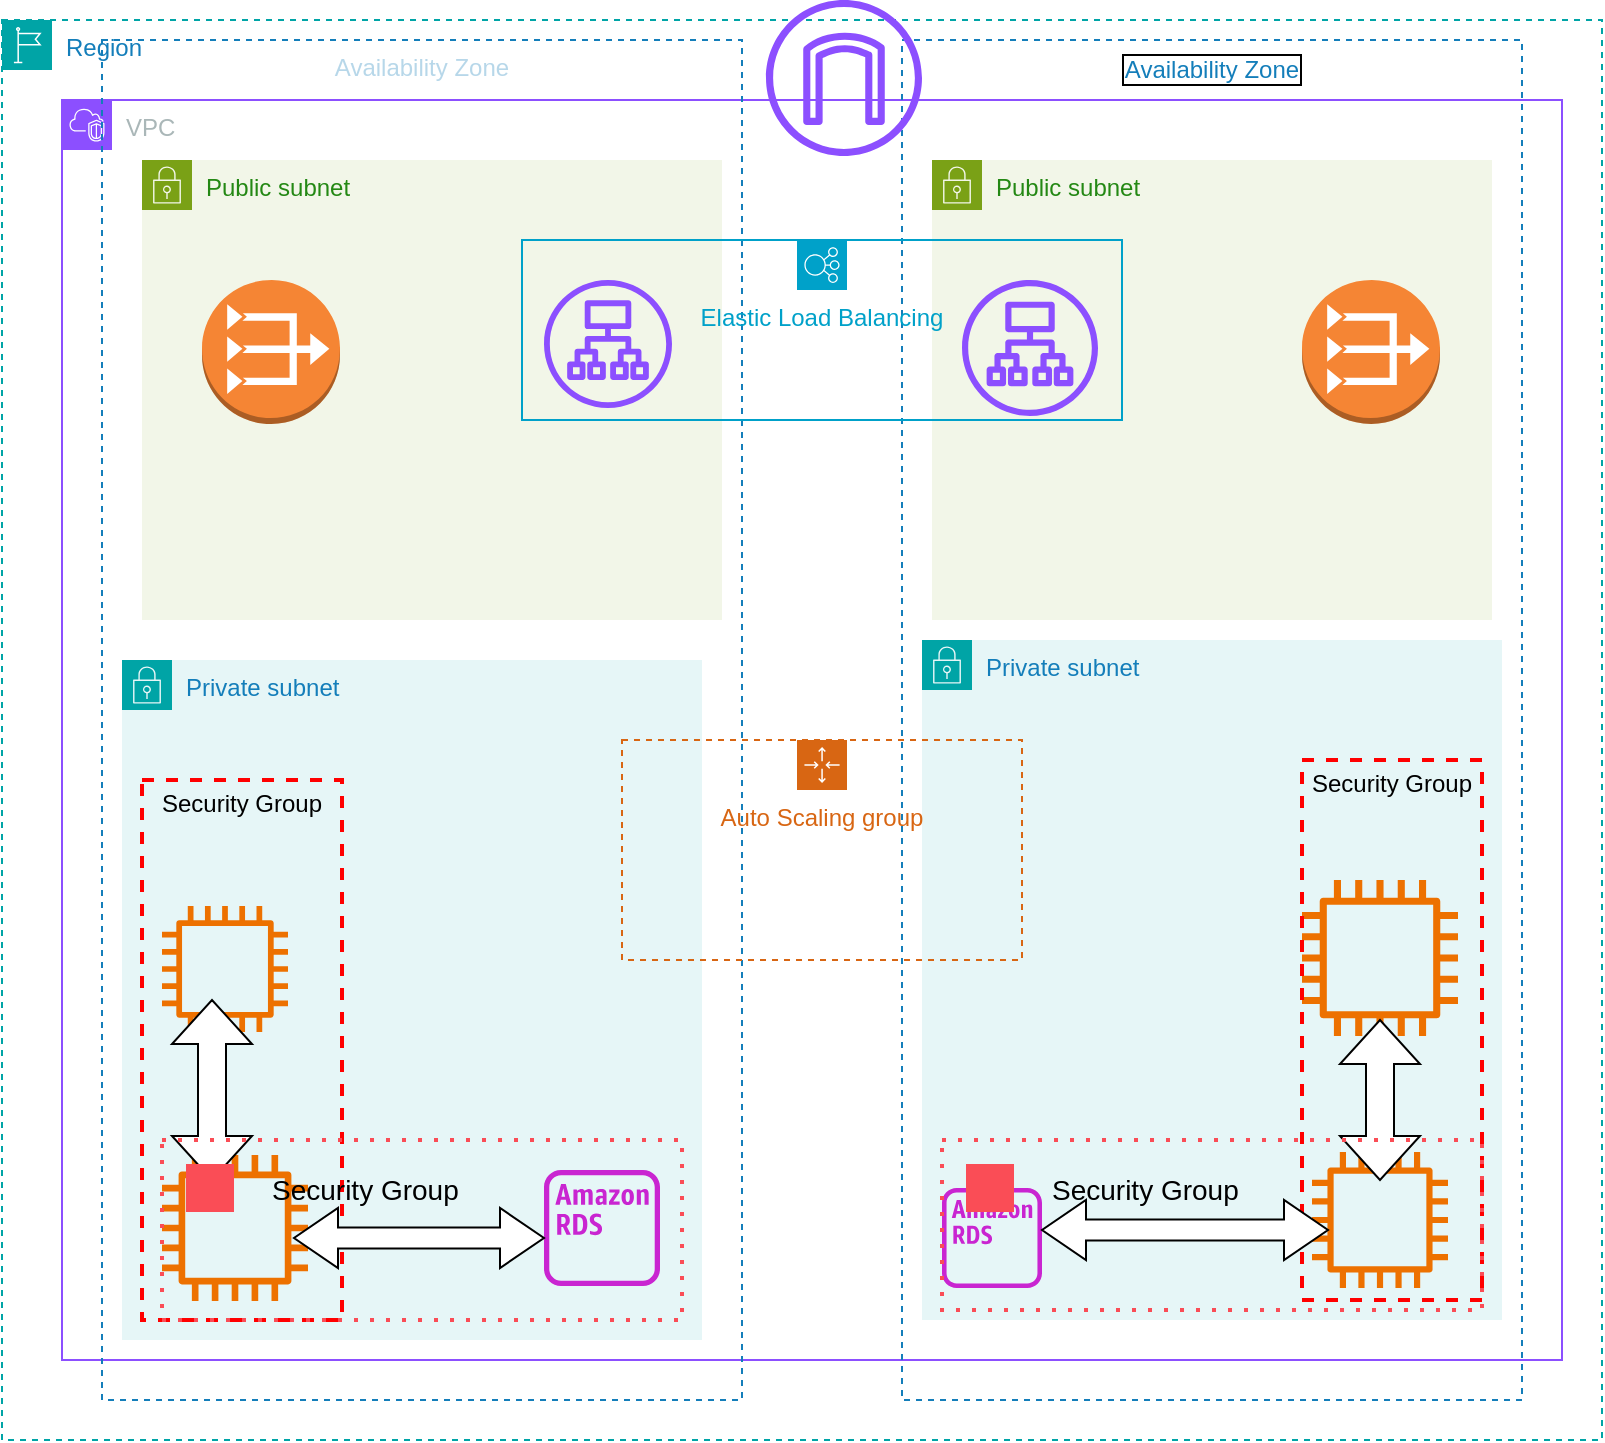
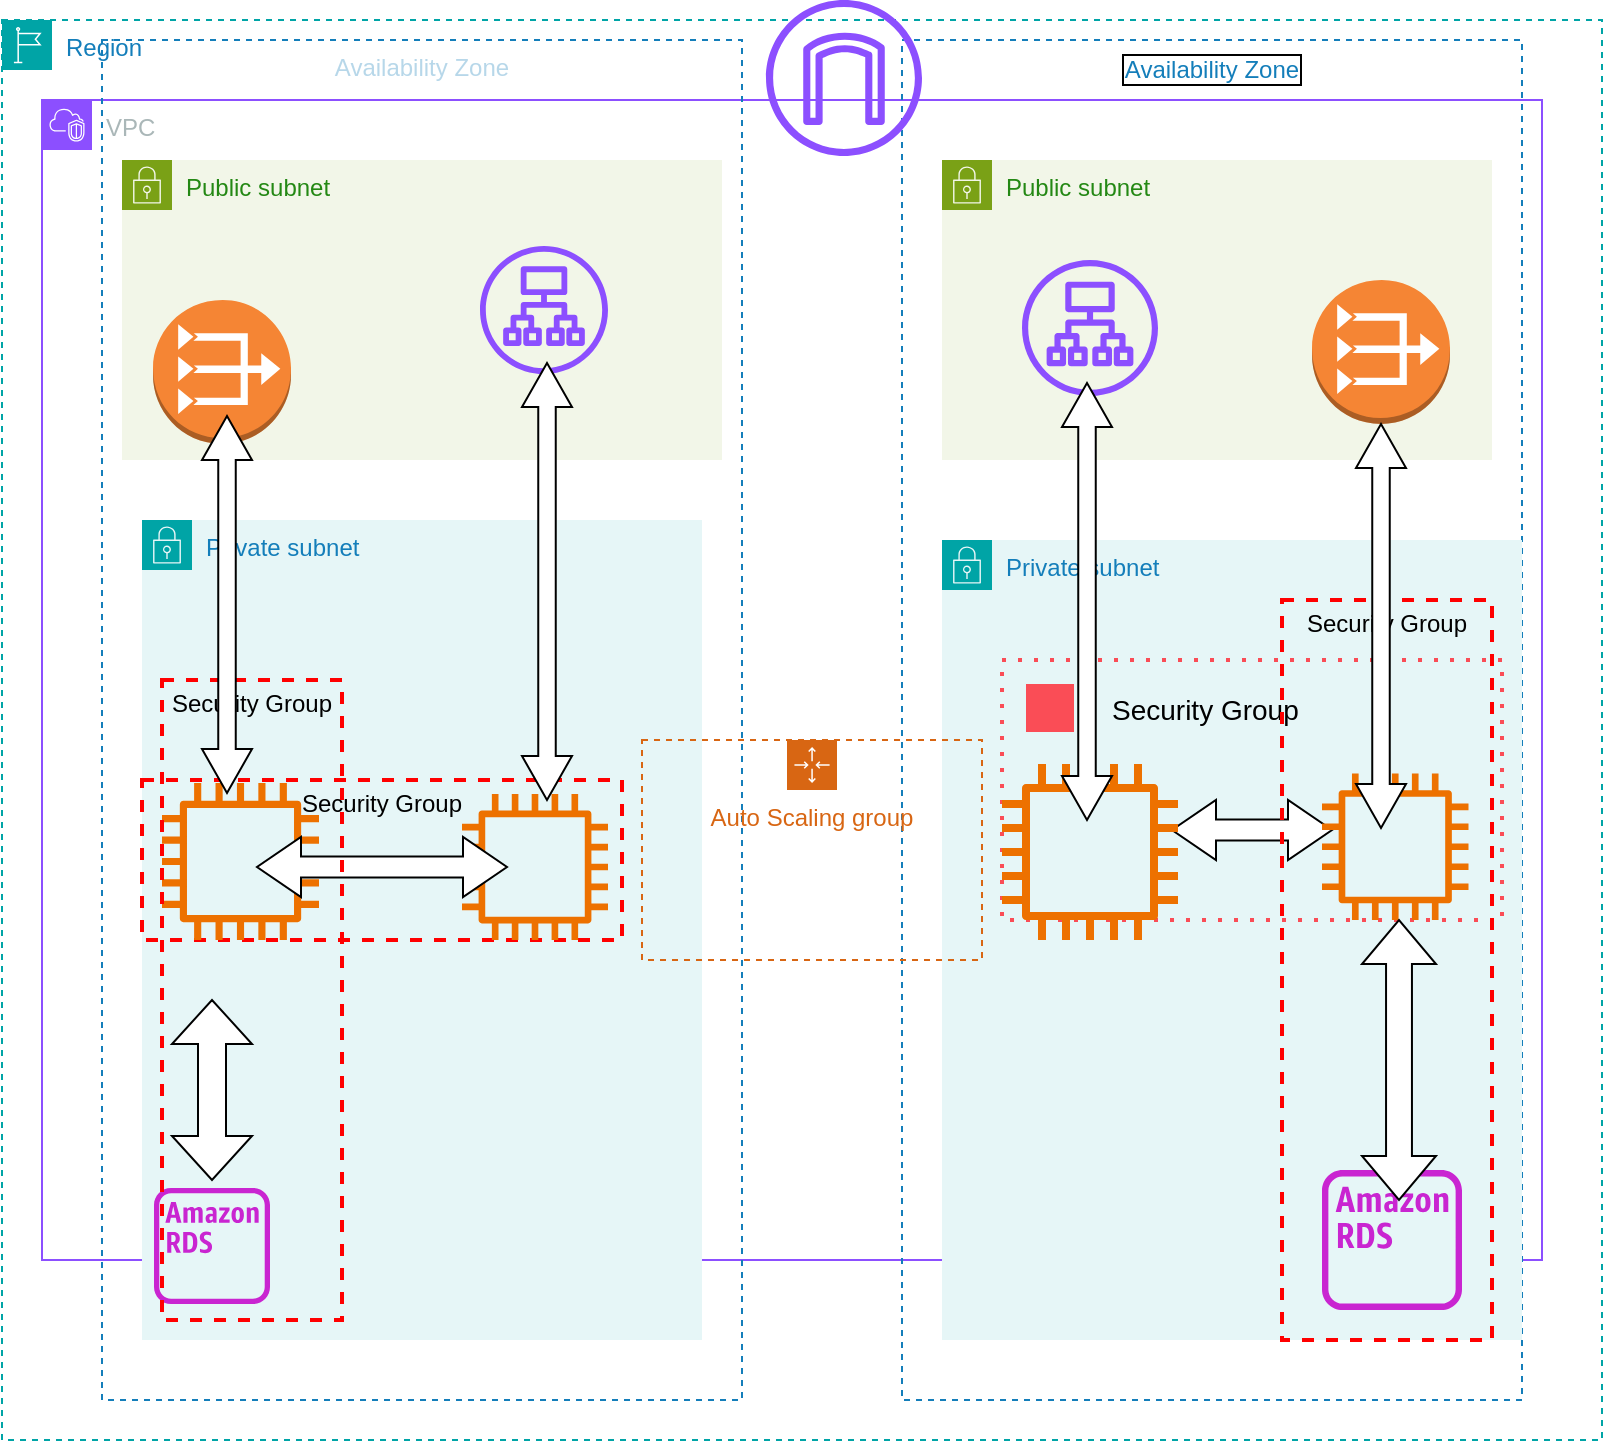
<mxfile host="app.diagrams.net">
  <diagram name="Page-1" id="BUnj-SovnAgL4HItwGfW">
    <mxGraphModel dx="1387" dy="764" grid="1" gridSize="10" guides="1" tooltips="1" connect="1" arrows="1" fold="1" page="1" pageScale="1" pageWidth="827" pageHeight="1169" background="light-dark(#FFFFFF,#FFFFFF)" math="0" shadow="0">
      <root>
        <mxCell id="0" />
        <mxCell id="1" parent="0" />
        <mxCell id="-f1VzxNT4uySZR46Qj1q-65" parent="1" style="points=[[0,0],[0.25,0],[0.5,0],[0.75,0],[1,0],[1,0.25],[1,0.5],[1,0.75],[1,1],[0.75,1],[0.5,1],[0.25,1],[0,1],[0,0.75],[0,0.5],[0,0.25]];outlineConnect=0;gradientColor=none;html=1;whiteSpace=wrap;fontSize=12;fontStyle=0;container=1;pointerEvents=0;collapsible=0;recursiveResize=0;shape=mxgraph.aws4.group;grIcon=mxgraph.aws4.group_region;strokeColor=#00A4A6;fillColor=none;verticalAlign=top;align=left;spacingLeft=30;fontColor=#147EBA;dashed=1;" value="Region" vertex="1">
          <mxGeometry height="710" width="800" x="10" y="10" as="geometry" />
        </mxCell>
-         <mxCell id="-f1VzxNT4uySZR46Qj1q-66" parent="1" style="points=[[0,0],[0.25,0],[0.5,0],[0.75,0],[1,0],[1,0.25],[1,0.5],[1,0.75],[1,1],[0.75,1],[0.5,1],[0.25,1],[0,1],[0,0.75],[0,0.5],[0,0.25]];outlineConnect=0;gradientColor=none;html=1;whiteSpace=wrap;fontSize=12;fontStyle=0;container=1;pointerEvents=0;collapsible=0;recursiveResize=0;shape=mxgraph.aws4.group;grIcon=mxgraph.aws4.group_vpc2;strokeColor=#8C4FFF;fillColor=none;verticalAlign=top;align=left;spacingLeft=30;fontColor=#AAB7B8;dashed=0;" value="VPC" vertex="1">
-           <mxGeometry height="630" width="750" x="40" y="50" as="geometry" />
+         <mxCell id="-f1VzxNT4uySZR46Qj1q-66" parent="-f1VzxNT4uySZR46Qj1q-65" style="points=[[0,0],[0.25,0],[0.5,0],[0.75,0],[1,0],[1,0.25],[1,0.5],[1,0.75],[1,1],[0.75,1],[0.5,1],[0.25,1],[0,1],[0,0.75],[0,0.5],[0,0.25]];outlineConnect=0;gradientColor=none;html=1;whiteSpace=wrap;fontSize=12;fontStyle=0;container=1;pointerEvents=0;collapsible=0;recursiveResize=0;shape=mxgraph.aws4.group;grIcon=mxgraph.aws4.group_vpc2;strokeColor=#8C4FFF;fillColor=none;verticalAlign=top;align=left;spacingLeft=30;fontColor=#AAB7B8;dashed=0;" value="VPC" vertex="1">
+           <mxGeometry height="580" width="750" x="20" y="40" as="geometry" />
        </mxCell>
        <mxCell id="-f1VzxNT4uySZR46Qj1q-67" parent="1" style="fillColor=none;strokeColor=#147EBA;dashed=1;verticalAlign=top;fontStyle=0;fontColor=light-dark(#147EBA,#99004D);whiteSpace=wrap;html=1;textOpacity=30;" value="Availability Zone" vertex="1">
          <mxGeometry height="680" width="320" x="60" y="20" as="geometry" />
        </mxCell>
        <mxCell id="-f1VzxNT4uySZR46Qj1q-68" parent="1" style="fillColor=none;strokeColor=#147EBA;dashed=1;verticalAlign=top;fontStyle=0;fontColor=light-dark(#147EBA,#CC0000);whiteSpace=wrap;html=1;labelBorderColor=light-dark(#000000,#FF0080);labelBackgroundColor=none;" value="Availability Zone" vertex="1">
          <mxGeometry height="680" width="310" x="460" y="20" as="geometry" />
        </mxCell>
        <mxCell id="-f1VzxNT4uySZR46Qj1q-70" parent="1" style="points=[[0,0],[0.25,0],[0.5,0],[0.75,0],[1,0],[1,0.25],[1,0.5],[1,0.75],[1,1],[0.75,1],[0.5,1],[0.25,1],[0,1],[0,0.75],[0,0.5],[0,0.25]];outlineConnect=0;gradientColor=none;html=1;whiteSpace=wrap;fontSize=12;fontStyle=0;container=1;pointerEvents=0;collapsible=0;recursiveResize=0;shape=mxgraph.aws4.group;grIcon=mxgraph.aws4.group_security_group;grStroke=0;strokeColor=#00A4A6;fillColor=#E6F6F7;verticalAlign=top;align=left;spacingLeft=30;fontColor=#147EBA;dashed=0;" value="Private subnet" vertex="1">
-           <mxGeometry height="340" width="290" x="470" y="320" as="geometry" />
-         </mxCell>
-         <mxCell id="-f1VzxNT4uySZR46Qj1q-87" parent="-f1VzxNT4uySZR46Qj1q-70" style="sketch=0;outlineConnect=0;fontColor=#232F3E;gradientColor=none;fillColor=#ED7100;strokeColor=none;dashed=0;verticalLabelPosition=bottom;verticalAlign=top;align=center;html=1;fontSize=12;fontStyle=0;aspect=fixed;pointerEvents=1;shape=mxgraph.aws4.instance2;" value="" vertex="1">
-           <mxGeometry height="78" width="78" x="190" y="120" as="geometry" />
-         </mxCell>
-         <mxCell id="-f1VzxNT4uySZR46Qj1q-88" parent="-f1VzxNT4uySZR46Qj1q-70" style="sketch=0;outlineConnect=0;fontColor=#232F3E;gradientColor=none;fillColor=#ED7100;strokeColor=none;dashed=0;verticalLabelPosition=bottom;verticalAlign=top;align=center;html=1;fontSize=12;fontStyle=0;aspect=fixed;pointerEvents=1;shape=mxgraph.aws4.instance2;" value="" vertex="1">
-           <mxGeometry height="68" width="68" x="195" y="256" as="geometry" />
+           <mxGeometry height="400" width="290" x="480" y="270" as="geometry" />
        </mxCell>
        <mxCell id="-f1VzxNT4uySZR46Qj1q-90" parent="-f1VzxNT4uySZR46Qj1q-70" style="sketch=0;outlineConnect=0;fontColor=#232F3E;gradientColor=none;fillColor=#C925D1;strokeColor=none;dashed=0;verticalLabelPosition=bottom;verticalAlign=top;align=center;html=1;fontSize=12;fontStyle=0;aspect=fixed;pointerEvents=1;shape=mxgraph.aws4.rds_instance_alt;" value="" vertex="1">
-           <mxGeometry height="50" width="50" x="10" y="274" as="geometry" />
+           <mxGeometry height="70" width="70" x="190" y="315" as="geometry" />
        </mxCell>
-         <mxCell id="-f1VzxNT4uySZR46Qj1q-100" parent="-f1VzxNT4uySZR46Qj1q-70" style="fontStyle=0;verticalAlign=top;align=center;spacingTop=-2;fillColor=none;rounded=0;whiteSpace=wrap;html=1;strokeColor=#FF0000;strokeWidth=2;dashed=1;container=1;collapsible=0;expand=0;recursiveResize=0;" value="Security Group" vertex="1">
-           <mxGeometry height="270" width="90" x="190" y="60" as="geometry" />
-         </mxCell>
-         <mxCell id="-f1VzxNT4uySZR46Qj1q-130" parent="-f1VzxNT4uySZR46Qj1q-100" style="html=1;shadow=0;dashed=0;align=center;verticalAlign=middle;shape=mxgraph.arrows2.twoWayArrow;dy=0.65;dx=22;direction=south;" value="" vertex="1">
-           <mxGeometry height="80" width="40" x="19" y="130" as="geometry" />
-         </mxCell>
-         <mxCell id="-f1VzxNT4uySZR46Qj1q-71" parent="1" style="points=[[0,0],[0.25,0],[0.5,0],[0.75,0],[1,0],[1,0.25],[1,0.5],[1,0.75],[1,1],[0.75,1],[0.5,1],[0.25,1],[0,1],[0,0.75],[0,0.5],[0,0.25]];outlineConnect=0;gradientColor=none;html=1;whiteSpace=wrap;fontSize=12;fontStyle=0;container=1;pointerEvents=0;collapsible=0;recursiveResize=0;shape=mxgraph.aws4.group;grIcon=mxgraph.aws4.group_security_group;grStroke=0;strokeColor=#7AA116;fillColor=#F2F6E8;verticalAlign=top;align=left;spacingLeft=30;fontColor=#248814;dashed=0;" value="Public subnet" vertex="1">
-           <mxGeometry height="230" width="290" x="80" y="80" as="geometry" />
-         </mxCell>
-         <mxCell id="-f1VzxNT4uySZR46Qj1q-74" parent="-f1VzxNT4uySZR46Qj1q-71" style="outlineConnect=0;dashed=0;verticalLabelPosition=bottom;verticalAlign=top;align=center;html=1;shape=mxgraph.aws3.vpc_nat_gateway;fillColor=#F58534;gradientColor=none;" value="" vertex="1">
-           <mxGeometry height="72" width="69" x="30" y="60" as="geometry" />
-         </mxCell>
-         <mxCell id="-f1VzxNT4uySZR46Qj1q-72" parent="1" style="points=[[0,0],[0.25,0],[0.5,0],[0.75,0],[1,0],[1,0.25],[1,0.5],[1,0.75],[1,1],[0.75,1],[0.5,1],[0.25,1],[0,1],[0,0.75],[0,0.5],[0,0.25]];outlineConnect=0;gradientColor=none;html=1;whiteSpace=wrap;fontSize=12;fontStyle=0;container=1;pointerEvents=0;collapsible=0;recursiveResize=0;shape=mxgraph.aws4.group;grIcon=mxgraph.aws4.group_security_group;grStroke=0;strokeColor=#7AA116;fillColor=#F2F6E8;verticalAlign=top;align=left;spacingLeft=30;fontColor=#248814;dashed=0;" value="Public subnet" vertex="1">
-           <mxGeometry height="230" width="280" x="475" y="80" as="geometry" />
-         </mxCell>
-         <mxCell id="-f1VzxNT4uySZR46Qj1q-75" parent="-f1VzxNT4uySZR46Qj1q-72" style="outlineConnect=0;dashed=0;verticalLabelPosition=bottom;verticalAlign=top;align=center;html=1;shape=mxgraph.aws3.vpc_nat_gateway;fillColor=#F58534;gradientColor=none;" value="" vertex="1">
-           <mxGeometry height="72" width="69" x="185" y="60" as="geometry" />
-         </mxCell>
-         <mxCell id="-f1VzxNT4uySZR46Qj1q-82" parent="1" style="points=[[0,0],[0.25,0],[0.5,0],[0.75,0],[1,0],[1,0.25],[1,0.5],[1,0.75],[1,1],[0.75,1],[0.5,1],[0.25,1],[0,1],[0,0.75],[0,0.5],[0,0.25]];outlineConnect=0;gradientColor=none;html=1;whiteSpace=wrap;fontSize=12;fontStyle=0;container=1;pointerEvents=0;collapsible=0;recursiveResize=0;shape=mxgraph.aws4.group;grIcon=mxgraph.aws4.group_security_group;grStroke=0;strokeColor=#00A4A6;fillColor=#E6F6F7;verticalAlign=top;align=left;spacingLeft=30;fontColor=#147EBA;dashed=0;" value="Private subnet" vertex="1">
-           <mxGeometry height="340" width="290" x="70" y="330" as="geometry" />
-         </mxCell>
-         <mxCell id="-f1VzxNT4uySZR46Qj1q-85" parent="-f1VzxNT4uySZR46Qj1q-82" style="sketch=0;outlineConnect=0;fontColor=#232F3E;gradientColor=none;fillColor=#ED7100;strokeColor=none;dashed=0;verticalLabelPosition=bottom;verticalAlign=top;align=center;html=1;fontSize=12;fontStyle=0;aspect=fixed;pointerEvents=1;shape=mxgraph.aws4.instance2;" value="" vertex="1">
-           <mxGeometry height="63" width="63" x="20" y="123" as="geometry" />
-         </mxCell>
-         <mxCell id="-f1VzxNT4uySZR46Qj1q-86" parent="-f1VzxNT4uySZR46Qj1q-82" style="sketch=0;outlineConnect=0;fontColor=#232F3E;gradientColor=none;fillColor=#ED7100;strokeColor=none;dashed=0;verticalLabelPosition=bottom;verticalAlign=top;align=center;html=1;fontSize=12;fontStyle=0;aspect=fixed;pointerEvents=1;shape=mxgraph.aws4.instance2;" value="" vertex="1">
-           <mxGeometry height="73" width="73" x="20" y="247.5" as="geometry" />
-         </mxCell>
-         <mxCell id="-f1VzxNT4uySZR46Qj1q-89" parent="-f1VzxNT4uySZR46Qj1q-82" style="sketch=0;outlineConnect=0;fontColor=#232F3E;gradientColor=none;fillColor=#C925D1;strokeColor=none;dashed=0;verticalLabelPosition=bottom;verticalAlign=top;align=center;html=1;fontSize=12;fontStyle=0;aspect=fixed;pointerEvents=1;shape=mxgraph.aws4.rds_instance_alt;" value="" vertex="1">
-           <mxGeometry height="58" width="58" x="211" y="255" as="geometry" />
-         </mxCell>
-         <mxCell id="-f1VzxNT4uySZR46Qj1q-101" parent="1" style="fontStyle=0;verticalAlign=top;align=center;spacingTop=-2;fillColor=none;rounded=0;whiteSpace=wrap;html=1;strokeColor=#FF0000;strokeWidth=2;dashed=1;container=1;collapsible=0;expand=0;recursiveResize=0;" value="Security Group" vertex="1">
-           <mxGeometry height="270" width="100" x="80" y="390" as="geometry" />
-         </mxCell>
-         <mxCell id="-f1VzxNT4uySZR46Qj1q-132" parent="-f1VzxNT4uySZR46Qj1q-101" style="html=1;shadow=0;dashed=0;align=center;verticalAlign=middle;shape=mxgraph.arrows2.twoWayArrow;dy=0.65;dx=22;direction=south;" value="" vertex="1">
-           <mxGeometry height="90" width="40" x="15" y="110" as="geometry" />
-         </mxCell>
-         <mxCell id="-f1VzxNT4uySZR46Qj1q-102" parent="1" style="container=1;collapsible=0;expand=0;recursiveResize=0;html=1;whiteSpace=wrap;strokeColor=#FA4D56;fillColor=none;dashed=1;dashPattern=1 3;strokeWidth=2" value="" vertex="1">
-           <mxGeometry height="90" width="260" x="90" y="570" as="geometry" />
-         </mxCell>
-         <mxCell id="-f1VzxNT4uySZR46Qj1q-103" parent="-f1VzxNT4uySZR46Qj1q-102" style="shape=rect;fillColor=none;aspect=fixed;resizable=0;labelPosition=right;verticalLabelPosition=middle;align=left;verticalAlign=middle;strokeColor=none;part=1;spacingLeft=5;fontSize=14;" value="Security Group" vertex="1">
-           <mxGeometry height="48" relative="1" width="48" as="geometry" />
-         </mxCell>
-         <mxCell id="-f1VzxNT4uySZR46Qj1q-104" parent="-f1VzxNT4uySZR46Qj1q-103" style="fillColor=#FA4D56;shape=mxgraph.ibm_cloud.group--security;strokeColor=none;dashed=0;outlineConnect=0;html=1;labelPosition=center;verticalLabelPosition=bottom;verticalAlign=top;part=1;movable=0;resizable=0;rotatable=0;" value="" vertex="1">
-           <mxGeometry height="24" relative="1" width="24" as="geometry">
-             <mxPoint x="12" y="12" as="offset" />
-           </mxGeometry>
-         </mxCell>
-         <mxCell id="-f1VzxNT4uySZR46Qj1q-122" parent="-f1VzxNT4uySZR46Qj1q-102" style="html=1;shadow=0;dashed=0;align=center;verticalAlign=middle;shape=mxgraph.arrows2.twoWayArrow;dy=0.65;dx=22;autosizeText=0;spacing=1;textOpacity=50;" value="" vertex="1">
-           <mxGeometry height="30" width="125" x="66" y="34" as="geometry" />
-         </mxCell>
-         <mxCell id="-f1VzxNT4uySZR46Qj1q-105" parent="1" style="container=1;collapsible=0;expand=0;recursiveResize=0;html=1;whiteSpace=wrap;strokeColor=#FA4D56;fillColor=none;dashed=1;dashPattern=1 3;strokeWidth=2" value="" vertex="1">
-           <mxGeometry height="85" width="270" x="480" y="570" as="geometry" />
+         <mxCell id="-f1VzxNT4uySZR46Qj1q-105" parent="-f1VzxNT4uySZR46Qj1q-70" style="container=1;collapsible=0;expand=0;recursiveResize=0;html=1;whiteSpace=wrap;strokeColor=#FA4D56;fillColor=none;dashed=1;dashPattern=1 3;strokeWidth=2" value="" vertex="1">
+           <mxGeometry height="130" width="250" x="30" y="60" as="geometry" />
        </mxCell>
        <mxCell id="-f1VzxNT4uySZR46Qj1q-106" parent="-f1VzxNT4uySZR46Qj1q-105" style="shape=rect;fillColor=none;aspect=fixed;resizable=0;labelPosition=right;verticalLabelPosition=middle;align=left;verticalAlign=middle;strokeColor=none;part=1;spacingLeft=5;fontSize=14;" value="Security Group" vertex="1">
          <mxGeometry height="48" relative="1" width="48" as="geometry" />
        </mxCell>
        <mxCell id="-f1VzxNT4uySZR46Qj1q-107" parent="-f1VzxNT4uySZR46Qj1q-106" style="fillColor=#FA4D56;shape=mxgraph.ibm_cloud.group--security;strokeColor=none;dashed=0;outlineConnect=0;html=1;labelPosition=center;verticalLabelPosition=bottom;verticalAlign=top;part=1;movable=0;resizable=0;rotatable=0;" value="" vertex="1">
          <mxGeometry height="24" relative="1" width="24" as="geometry">
            <mxPoint x="12" y="12" as="offset" />
          </mxGeometry>
        </mxCell>
        <mxCell id="-f1VzxNT4uySZR46Qj1q-123" parent="-f1VzxNT4uySZR46Qj1q-105" style="html=1;shadow=0;dashed=0;align=center;verticalAlign=middle;shape=mxgraph.arrows2.twoWayArrow;dy=0.65;dx=22;autosizeText=0;spacing=1;textOpacity=50;" value="" vertex="1">
-           <mxGeometry height="30" width="143" x="50" y="30" as="geometry" />
+           <mxGeometry height="30" width="80" x="85" y="70" as="geometry" />
+         </mxCell>
+         <mxCell id="-f1VzxNT4uySZR46Qj1q-87" parent="-f1VzxNT4uySZR46Qj1q-105" style="sketch=0;outlineConnect=0;fontColor=#232F3E;gradientColor=none;fillColor=#ED7100;strokeColor=none;dashed=0;verticalLabelPosition=bottom;verticalAlign=top;align=center;html=1;fontSize=12;fontStyle=0;aspect=fixed;pointerEvents=1;shape=mxgraph.aws4.instance2;" value="" vertex="1">
+           <mxGeometry height="88" width="88" y="52" as="geometry" />
+         </mxCell>
+         <mxCell id="-f1VzxNT4uySZR46Qj1q-142" parent="-f1VzxNT4uySZR46Qj1q-105" style="fontStyle=0;verticalAlign=top;align=center;spacingTop=-2;fillColor=none;rounded=0;whiteSpace=wrap;html=1;strokeColor=#FF0000;strokeWidth=2;dashed=1;container=1;collapsible=0;expand=0;recursiveResize=0;rotation=360;" value="Security Group" vertex="1">
+           <mxGeometry height="370" width="105" x="140" y="-30" as="geometry" />
+         </mxCell>
+         <mxCell id="-f1VzxNT4uySZR46Qj1q-88" parent="-f1VzxNT4uySZR46Qj1q-70" style="sketch=0;outlineConnect=0;fontColor=#232F3E;gradientColor=none;fillColor=#ED7100;strokeColor=none;dashed=0;verticalLabelPosition=bottom;verticalAlign=top;align=center;html=1;fontSize=12;fontStyle=0;aspect=fixed;pointerEvents=1;shape=mxgraph.aws4.instance2;" value="" vertex="1">
+           <mxGeometry height="73.25" width="73.25" x="190" y="116.75" as="geometry" />
+         </mxCell>
+         <mxCell id="-f1VzxNT4uySZR46Qj1q-71" parent="1" style="points=[[0,0],[0.25,0],[0.5,0],[0.75,0],[1,0],[1,0.25],[1,0.5],[1,0.75],[1,1],[0.75,1],[0.5,1],[0.25,1],[0,1],[0,0.75],[0,0.5],[0,0.25]];outlineConnect=0;gradientColor=none;html=1;whiteSpace=wrap;fontSize=12;fontStyle=0;container=1;pointerEvents=0;collapsible=0;recursiveResize=0;shape=mxgraph.aws4.group;grIcon=mxgraph.aws4.group_security_group;grStroke=0;strokeColor=#7AA116;fillColor=#F2F6E8;verticalAlign=top;align=left;spacingLeft=30;fontColor=#248814;dashed=0;" value="Public subnet" vertex="1">
+           <mxGeometry height="150" width="300" x="70" y="80" as="geometry" />
+         </mxCell>
+         <mxCell id="-f1VzxNT4uySZR46Qj1q-74" parent="-f1VzxNT4uySZR46Qj1q-71" style="outlineConnect=0;dashed=0;verticalLabelPosition=bottom;verticalAlign=top;align=center;html=1;shape=mxgraph.aws3.vpc_nat_gateway;fillColor=#F58534;gradientColor=none;" value="" vertex="1">
+           <mxGeometry height="72" width="69" x="15.5" y="70" as="geometry" />
+         </mxCell>
+         <mxCell id="-f1VzxNT4uySZR46Qj1q-91" parent="-f1VzxNT4uySZR46Qj1q-71" style="sketch=0;outlineConnect=0;fontColor=#232F3E;gradientColor=none;fillColor=#8C4FFF;strokeColor=none;dashed=0;verticalLabelPosition=bottom;verticalAlign=top;align=center;html=1;fontSize=12;fontStyle=0;aspect=fixed;pointerEvents=1;shape=mxgraph.aws4.application_load_balancer;" value="" vertex="1">
+           <mxGeometry height="64" width="64" x="179" y="43" as="geometry" />
+         </mxCell>
+         <mxCell id="-f1VzxNT4uySZR46Qj1q-72" parent="1" style="points=[[0,0],[0.25,0],[0.5,0],[0.75,0],[1,0],[1,0.25],[1,0.5],[1,0.75],[1,1],[0.75,1],[0.5,1],[0.25,1],[0,1],[0,0.75],[0,0.5],[0,0.25]];outlineConnect=0;gradientColor=none;html=1;whiteSpace=wrap;fontSize=12;fontStyle=0;container=1;pointerEvents=0;collapsible=0;recursiveResize=0;shape=mxgraph.aws4.group;grIcon=mxgraph.aws4.group_security_group;grStroke=0;strokeColor=#7AA116;fillColor=#F2F6E8;verticalAlign=top;align=left;spacingLeft=30;fontColor=#248814;dashed=0;" value="Public subnet" vertex="1">
+           <mxGeometry height="150" width="275" x="480" y="80" as="geometry" />
+         </mxCell>
+         <mxCell id="-f1VzxNT4uySZR46Qj1q-75" parent="-f1VzxNT4uySZR46Qj1q-72" style="outlineConnect=0;dashed=0;verticalLabelPosition=bottom;verticalAlign=top;align=center;html=1;shape=mxgraph.aws3.vpc_nat_gateway;fillColor=#F58534;gradientColor=none;" value="" vertex="1">
+           <mxGeometry height="72" width="69" x="185" y="60" as="geometry" />
+         </mxCell>
+         <mxCell id="-f1VzxNT4uySZR46Qj1q-82" parent="1" style="points=[[0,0],[0.25,0],[0.5,0],[0.75,0],[1,0],[1,0.25],[1,0.5],[1,0.75],[1,1],[0.75,1],[0.5,1],[0.25,1],[0,1],[0,0.75],[0,0.5],[0,0.25]];outlineConnect=0;gradientColor=none;html=1;whiteSpace=wrap;fontSize=12;fontStyle=0;container=1;pointerEvents=0;collapsible=0;recursiveResize=0;shape=mxgraph.aws4.group;grIcon=mxgraph.aws4.group_security_group;grStroke=0;strokeColor=#00A4A6;fillColor=#E6F6F7;verticalAlign=top;align=left;spacingLeft=30;fontColor=#147EBA;dashed=0;" value="Private subnet" vertex="1">
+           <mxGeometry height="410" width="280" x="80" y="260" as="geometry" />
+         </mxCell>
+         <mxCell id="-f1VzxNT4uySZR46Qj1q-89" parent="-f1VzxNT4uySZR46Qj1q-82" style="sketch=0;outlineConnect=0;fontColor=#232F3E;gradientColor=none;fillColor=#C925D1;strokeColor=none;dashed=0;verticalLabelPosition=bottom;verticalAlign=top;align=center;html=1;fontSize=12;fontStyle=0;aspect=fixed;pointerEvents=1;shape=mxgraph.aws4.rds_instance_alt;" value="" vertex="1">
+           <mxGeometry height="58" width="58" x="6" y="334" as="geometry" />
+         </mxCell>
+         <mxCell id="-f1VzxNT4uySZR46Qj1q-101" parent="1" style="fontStyle=0;verticalAlign=top;align=center;spacingTop=-2;fillColor=none;rounded=0;whiteSpace=wrap;html=1;strokeColor=#FF0000;strokeWidth=2;dashed=1;container=1;collapsible=0;expand=0;recursiveResize=0;" value="Security Group" vertex="1">
+           <mxGeometry height="80" width="240" x="80" y="390" as="geometry" />
+         </mxCell>
+         <mxCell id="-f1VzxNT4uySZR46Qj1q-132" parent="-f1VzxNT4uySZR46Qj1q-101" style="html=1;shadow=0;dashed=0;align=center;verticalAlign=middle;shape=mxgraph.arrows2.twoWayArrow;dy=0.65;dx=22;direction=south;" value="" vertex="1">
+           <mxGeometry height="90" width="40" x="15" y="110" as="geometry" />
+         </mxCell>
+         <mxCell id="-f1VzxNT4uySZR46Qj1q-85" parent="-f1VzxNT4uySZR46Qj1q-101" style="sketch=0;outlineConnect=0;fontColor=#232F3E;gradientColor=none;fillColor=#ED7100;strokeColor=none;dashed=0;verticalLabelPosition=bottom;verticalAlign=top;align=center;html=1;fontSize=12;fontStyle=0;aspect=fixed;pointerEvents=1;shape=mxgraph.aws4.instance2;" value="" vertex="1">
+           <mxGeometry height="73" width="73" x="160" y="7" as="geometry" />
+         </mxCell>
+         <mxCell id="-f1VzxNT4uySZR46Qj1q-86" parent="-f1VzxNT4uySZR46Qj1q-101" style="sketch=0;outlineConnect=0;fontColor=#232F3E;gradientColor=none;fillColor=#ED7100;strokeColor=none;dashed=0;verticalLabelPosition=bottom;verticalAlign=top;align=center;html=1;fontSize=12;fontStyle=0;aspect=fixed;pointerEvents=1;shape=mxgraph.aws4.instance2;" value="" vertex="1">
+           <mxGeometry height="78.5" width="78.5" x="10" y="1.5" as="geometry" />
+         </mxCell>
+         <mxCell id="-f1VzxNT4uySZR46Qj1q-122" parent="-f1VzxNT4uySZR46Qj1q-101" style="html=1;shadow=0;dashed=0;align=center;verticalAlign=middle;shape=mxgraph.arrows2.twoWayArrow;dy=0.65;dx=22;autosizeText=0;spacing=1;textOpacity=50;" value="" vertex="1">
+           <mxGeometry height="30" width="125" x="57.5" y="28.5" as="geometry" />
+         </mxCell>
+         <mxCell id="-f1VzxNT4uySZR46Qj1q-100" parent="-f1VzxNT4uySZR46Qj1q-101" style="fontStyle=0;verticalAlign=top;align=center;spacingTop=-2;fillColor=none;rounded=0;whiteSpace=wrap;html=1;strokeColor=#FF0000;strokeWidth=2;dashed=1;container=1;collapsible=0;expand=0;recursiveResize=0;rotation=360;" value="Security Group" vertex="1">
+           <mxGeometry height="320" width="90" x="10" y="-50" as="geometry" />
        </mxCell>
        <mxCell id="-f1VzxNT4uySZR46Qj1q-92" parent="1" style="sketch=0;outlineConnect=0;fontColor=#232F3E;gradientColor=none;fillColor=#8C4FFF;strokeColor=none;dashed=0;verticalLabelPosition=bottom;verticalAlign=top;align=center;html=1;fontSize=12;fontStyle=0;aspect=fixed;pointerEvents=1;shape=mxgraph.aws4.application_load_balancer;" value="" vertex="1">
-           <mxGeometry height="68" width="68" x="490" y="140" as="geometry" />
-         </mxCell>
-         <mxCell id="-f1VzxNT4uySZR46Qj1q-91" parent="1" style="sketch=0;outlineConnect=0;fontColor=#232F3E;gradientColor=none;fillColor=#8C4FFF;strokeColor=none;dashed=0;verticalLabelPosition=bottom;verticalAlign=top;align=center;html=1;fontSize=12;fontStyle=0;aspect=fixed;pointerEvents=1;shape=mxgraph.aws4.application_load_balancer;" value="" vertex="1">
-           <mxGeometry height="64" width="64" x="281" y="140" as="geometry" />
-         </mxCell>
-         <mxCell id="-f1VzxNT4uySZR46Qj1q-133" parent="1" style="sketch=0;outlineConnect=0;gradientColor=none;html=1;whiteSpace=wrap;fontSize=12;fontStyle=0;shape=mxgraph.aws4.groupCenter;grIcon=mxgraph.aws4.group_elastic_load_balancing;grStroke=1;strokeColor=#00A1C9;fillColor=none;verticalAlign=top;align=center;fontColor=#00A1C9;dashed=0;spacingTop=25;" value="Elastic Load Balancing" vertex="1">
-           <mxGeometry height="90" width="300" x="270" y="120" as="geometry" />
+           <mxGeometry height="68" width="68" x="520" y="130" as="geometry" />
        </mxCell>
        <mxCell id="-f1VzxNT4uySZR46Qj1q-134" parent="1" style="points=[[0,0],[0.25,0],[0.5,0],[0.75,0],[1,0],[1,0.25],[1,0.5],[1,0.75],[1,1],[0.75,1],[0.5,1],[0.25,1],[0,1],[0,0.75],[0,0.5],[0,0.25]];outlineConnect=0;gradientColor=none;html=1;whiteSpace=wrap;fontSize=12;fontStyle=0;container=1;pointerEvents=0;collapsible=0;recursiveResize=0;shape=mxgraph.aws4.groupCenter;grIcon=mxgraph.aws4.group_auto_scaling_group;grStroke=1;strokeColor=#D86613;fillColor=none;verticalAlign=top;align=center;fontColor=#D86613;dashed=1;spacingTop=25;" value="Auto Scaling group" vertex="1">
-           <mxGeometry height="110" width="200" x="320" y="370" as="geometry" />
+           <mxGeometry height="110" width="170" x="330" y="370" as="geometry" />
        </mxCell>
        <mxCell id="-f1VzxNT4uySZR46Qj1q-138" parent="1" style="sketch=0;outlineConnect=0;fontColor=#232F3E;gradientColor=none;fillColor=#8C4FFF;strokeColor=none;dashed=0;verticalLabelPosition=bottom;verticalAlign=top;align=center;html=1;fontSize=12;fontStyle=0;aspect=fixed;pointerEvents=1;shape=mxgraph.aws4.internet_gateway;" value="" vertex="1">
          <mxGeometry height="78" width="78" x="392" as="geometry" />
+         </mxCell>
+         <mxCell id="-f1VzxNT4uySZR46Qj1q-130" parent="1" style="html=1;shadow=0;dashed=0;align=center;verticalAlign=middle;shape=mxgraph.arrows2.twoWayArrow;dy=0.65;dx=22;direction=south;rotation=360;" value="" vertex="1">
+           <mxGeometry height="140" width="37" x="690" y="460" as="geometry" />
+         </mxCell>
+         <mxCell id="-f1VzxNT4uySZR46Qj1q-144" parent="1" style="html=1;shadow=0;dashed=0;align=center;verticalAlign=middle;shape=mxgraph.arrows2.twoWayArrow;dy=0.65;dx=22;direction=north;" value="" vertex="1">
+           <mxGeometry height="188.5" width="25" x="110" y="208" as="geometry" />
+         </mxCell>
+         <mxCell id="-f1VzxNT4uySZR46Qj1q-145" parent="1" style="html=1;shadow=0;dashed=0;align=center;verticalAlign=middle;shape=mxgraph.arrows2.twoWayArrow;dy=0.65;dx=22;direction=north;" value="" vertex="1">
+           <mxGeometry height="218.5" width="25" x="270" y="181.5" as="geometry" />
+         </mxCell>
+         <mxCell id="-f1VzxNT4uySZR46Qj1q-146" parent="1" style="html=1;shadow=0;dashed=0;align=center;verticalAlign=middle;shape=mxgraph.arrows2.twoWayArrow;dy=0.65;dx=22;direction=north;" value="" vertex="1">
+           <mxGeometry height="218.5" width="25" x="540" y="191.5" as="geometry" />
+         </mxCell>
+         <mxCell id="-f1VzxNT4uySZR46Qj1q-143" parent="1" style="html=1;shadow=0;dashed=0;align=center;verticalAlign=middle;shape=mxgraph.arrows2.twoWayArrow;dy=0.65;dx=22;direction=south;" value="" vertex="1">
+           <mxGeometry height="202" width="25" x="687" y="212" as="geometry" />
        </mxCell>
      </root>
    </mxGraphModel>
  </diagram>
</mxfile>
